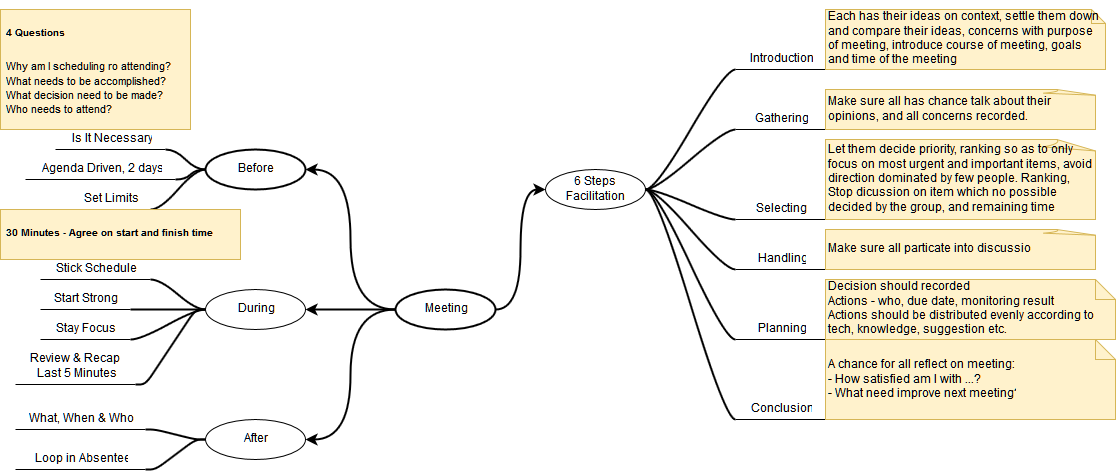
Above: scala/meeting.png in kevin-wang-cy/Test (draw.io), before the change. Source tidied: cells renumbered, new cells last; positions are measured from the earlier drawing's top-left corner, leaving out a move shared by most shapes.
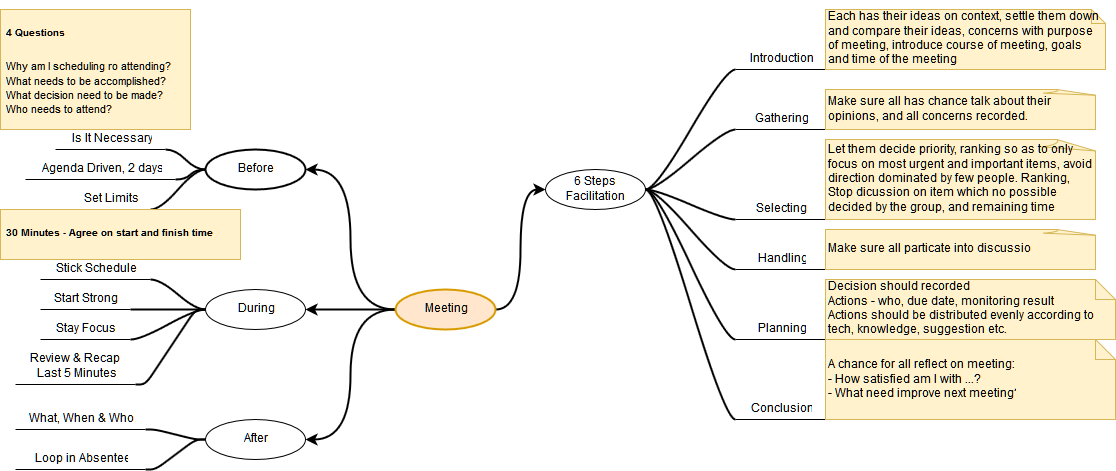
After the change.

Change to the diagram source:
```diff
@@ -14,7 +14,7 @@
     <mxCell id="5" style="edgeStyle=orthogonalEdgeStyle;rounded=0;html=1;entryX=0;entryY=0.5;jettySize=auto;strokeWidth=2;curved=1;" parent="1" edge="1" source="6" target="30">
       <mxGeometry relative="1" as="geometry" />
     </mxCell>
-    <mxCell id="6" value="Meeting" style="ellipse;whiteSpace=wrap;html=1;align=center;strokeWidth=2;" parent="1" vertex="1">
+    <mxCell id="6" value="Meeting" style="ellipse;whiteSpace=wrap;html=1;align=center;strokeWidth=2;fillColor=#ffe6cc;strokeColor=#d79b00;" parent="1" vertex="1">
       <mxGeometry x="395" y="280" width="100" height="40" as="geometry" />
     </mxCell>
     <mxCell id="7" value="Before" style="ellipse;whiteSpace=wrap;html=1;align=center;strokeWidth=2;" parent="1" vertex="1">
```
